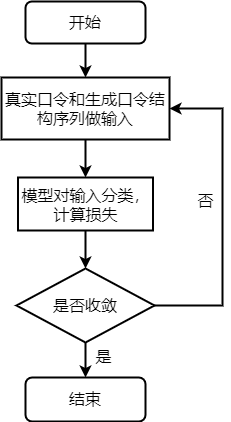
The draw.io diagram seqgan-dis.drawio.png in lakomi/pictures, before a commit. Source tidied: cells renumbered, new cells last; positions are measured from the earlier drawing's top-left corner, leaving out a move shared by most shapes.
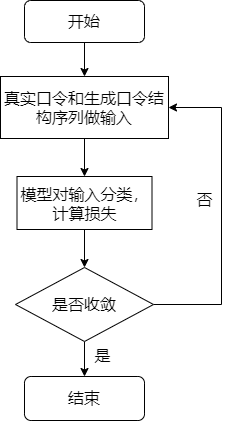
After the commit.

Diff of the diagram source:
```diff
@@ -2,25 +2,25 @@
   <root>
     <mxCell id="0" />
     <mxCell id="1" parent="0" />
-    <mxCell id="2" style="edgeStyle=orthogonalEdgeStyle;rounded=0;jettySize=auto;html=1;exitX=0.5;exitY=1;exitDx=0;exitDy=0;fontSize=16;strokeWidth=2;" parent="1" edge="1" source="3" target="5">
+    <mxCell id="2" style="edgeStyle=orthogonalEdgeStyle;rounded=0;jettySize=auto;html=1;exitX=0.5;exitY=1;exitDx=0;exitDy=0;fontSize=16;strokeWidth=1;" parent="1" edge="1" source="3" target="5">
       <mxGeometry relative="1" as="geometry" />
     </mxCell>
-    <mxCell id="3" value="真实口令和生成口令结构序列做输入" style="rounded=0;whiteSpace=wrap;html=1;fontSize=16;strokeWidth=2;" parent="1" vertex="1">
+    <mxCell id="3" value="真实口令和生成口令结构序列做输入" style="rounded=0;whiteSpace=wrap;html=1;fontSize=16;strokeWidth=1;" parent="1" vertex="1">
       <mxGeometry y="76" width="168" height="62" as="geometry" />
     </mxCell>
-    <mxCell id="4" style="edgeStyle=orthogonalEdgeStyle;rounded=0;jettySize=auto;html=1;exitX=0.5;exitY=1;exitDx=0;exitDy=0;entryX=0.5;entryY=0;entryDx=0;entryDy=0;entryPerimeter=0;fontSize=16;strokeWidth=2;" parent="1" edge="1" source="5" target="10">
+    <mxCell id="4" style="edgeStyle=orthogonalEdgeStyle;rounded=0;jettySize=auto;html=1;exitX=0.5;exitY=1;exitDx=0;exitDy=0;entryX=0.5;entryY=0;entryDx=0;entryDy=0;entryPerimeter=0;fontSize=16;strokeWidth=1;" parent="1" edge="1" source="5" target="10">
       <mxGeometry relative="1" as="geometry" />
     </mxCell>
-    <mxCell id="5" value="模型对输入分类，计算损失" style="rounded=0;whiteSpace=wrap;html=1;fontSize=16;strokeWidth=2;" parent="1" vertex="1">
+    <mxCell id="5" value="模型对输入分类，计算损失" style="rounded=0;whiteSpace=wrap;html=1;fontSize=16;strokeWidth=1;" parent="1" vertex="1">
       <mxGeometry x="16.5" y="176" width="135" height="53" as="geometry" />
     </mxCell>
-    <mxCell id="6" style="edgeStyle=orthogonalEdgeStyle;rounded=0;jettySize=auto;html=1;exitX=0.5;exitY=1;exitDx=0;exitDy=0;fontSize=16;strokeWidth=2;" parent="1" edge="1" source="7" target="3">
+    <mxCell id="6" style="edgeStyle=orthogonalEdgeStyle;rounded=0;jettySize=auto;html=1;exitX=0.5;exitY=1;exitDx=0;exitDy=0;fontSize=16;strokeWidth=1;" parent="1" edge="1" source="7" target="3">
       <mxGeometry relative="1" as="geometry" />
     </mxCell>
-    <mxCell id="7" value="开始" style="rounded=1;whiteSpace=wrap;html=1;fontSize=16;strokeWidth=2;" parent="1" vertex="1">
+    <mxCell id="7" value="开始" style="rounded=1;whiteSpace=wrap;html=1;fontSize=16;strokeWidth=1;" parent="1" vertex="1">
       <mxGeometry x="24" width="120" height="42" as="geometry" />
     </mxCell>
-    <mxCell id="8" style="edgeStyle=orthogonalEdgeStyle;rounded=0;jettySize=auto;html=1;exitX=1;exitY=0.5;exitDx=0;exitDy=0;exitPerimeter=0;entryX=1;entryY=0.5;entryDx=0;entryDy=0;fontSize=16;strokeWidth=2;" parent="1" edge="1" source="10" target="3">
+    <mxCell id="8" style="edgeStyle=orthogonalEdgeStyle;rounded=0;jettySize=auto;html=1;exitX=1;exitY=0.5;exitDx=0;exitDy=0;exitPerimeter=0;entryX=1;entryY=0.5;entryDx=0;entryDy=0;fontSize=16;strokeWidth=1;" parent="1" edge="1" source="10" target="3">
       <mxGeometry relative="1" as="geometry">
         <Array as="points">
           <mxPoint x="221" y="304" />
@@ -28,19 +28,19 @@
         </Array>
       </mxGeometry>
     </mxCell>
-    <mxCell id="9" style="edgeStyle=orthogonalEdgeStyle;rounded=0;jettySize=auto;html=1;exitX=0.5;exitY=1;exitDx=0;exitDy=0;exitPerimeter=0;strokeWidth=2;" parent="1" edge="1" source="10" target="13">
+    <mxCell id="9" style="edgeStyle=orthogonalEdgeStyle;rounded=0;jettySize=auto;html=1;exitX=0.5;exitY=1;exitDx=0;exitDy=0;exitPerimeter=0;strokeWidth=1;" parent="1" edge="1" source="10" target="13">
       <mxGeometry relative="1" as="geometry" />
     </mxCell>
-    <mxCell id="10" value="是否收敛" style="strokeWidth=2;html=1;shape=mxgraph.flowchart.decision;whiteSpace=wrap;fontSize=16;" parent="1" vertex="1">
+    <mxCell id="10" value="是否收敛" style="strokeWidth=1;html=1;shape=mxgraph.flowchart.decision;whiteSpace=wrap;fontSize=16;" parent="1" vertex="1">
       <mxGeometry x="15" y="267" width="138" height="74" as="geometry" />
     </mxCell>
-    <mxCell id="11" value="是" style="text;html=1;align=center;verticalAlign=middle;strokeColor=none;fillColor=none;fontSize=16;strokeWidth=2;" parent="1" vertex="1">
+    <mxCell id="11" value="是" style="text;html=1;align=center;verticalAlign=middle;strokeColor=none;fillColor=none;fontSize=16;strokeWidth=1;" parent="1" vertex="1">
       <mxGeometry x="89" y="343" width="26" height="23" as="geometry" />
     </mxCell>
-    <mxCell id="12" value="否" style="text;html=1;align=center;verticalAlign=middle;strokeColor=none;fillColor=none;fontSize=16;strokeWidth=2;" parent="1" vertex="1">
+    <mxCell id="12" value="否" style="text;html=1;align=center;verticalAlign=middle;strokeColor=none;fillColor=none;fontSize=16;strokeWidth=1;" parent="1" vertex="1">
       <mxGeometry x="191" y="187" width="26" height="23" as="geometry" />
     </mxCell>
-    <mxCell id="13" value="结束" style="rounded=1;whiteSpace=wrap;html=1;fontSize=16;strokeWidth=2;" parent="1" vertex="1">
+    <mxCell id="13" value="结束" style="rounded=1;whiteSpace=wrap;html=1;fontSize=16;strokeWidth=1;" parent="1" vertex="1">
       <mxGeometry x="24" y="376" width="120" height="44" as="geometry" />
     </mxCell>
   </root>
```
